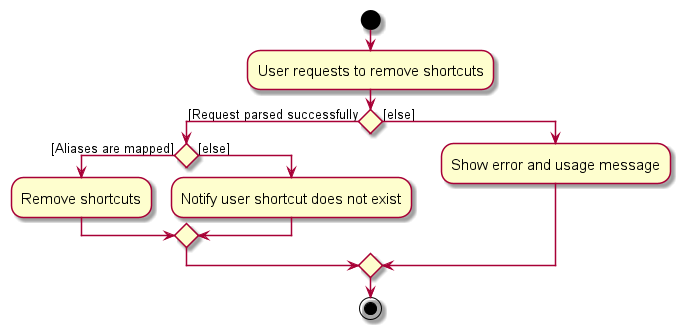
Above: docs/images/DeleteShortcutActivityDiagram.png in nus-cs2103-AY2324S1/tp (PlantUML), before the change.
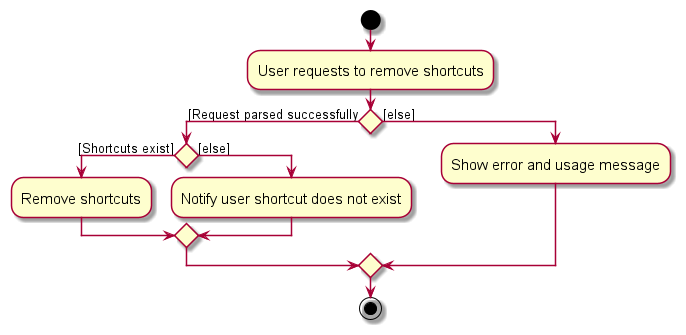
The same file after the commit.

The edit, as a diff of the source:
```diff
@@ -6,7 +6,7 @@
 :User requests to remove shortcuts;
 
 if () then ([Request parsed successfully)
-if () then ([Aliases are mapped])
+if () then ([Shortcuts exist])
     :Remove shortcuts;
 else ([else])
     :Notify user shortcut does not exist;
```
